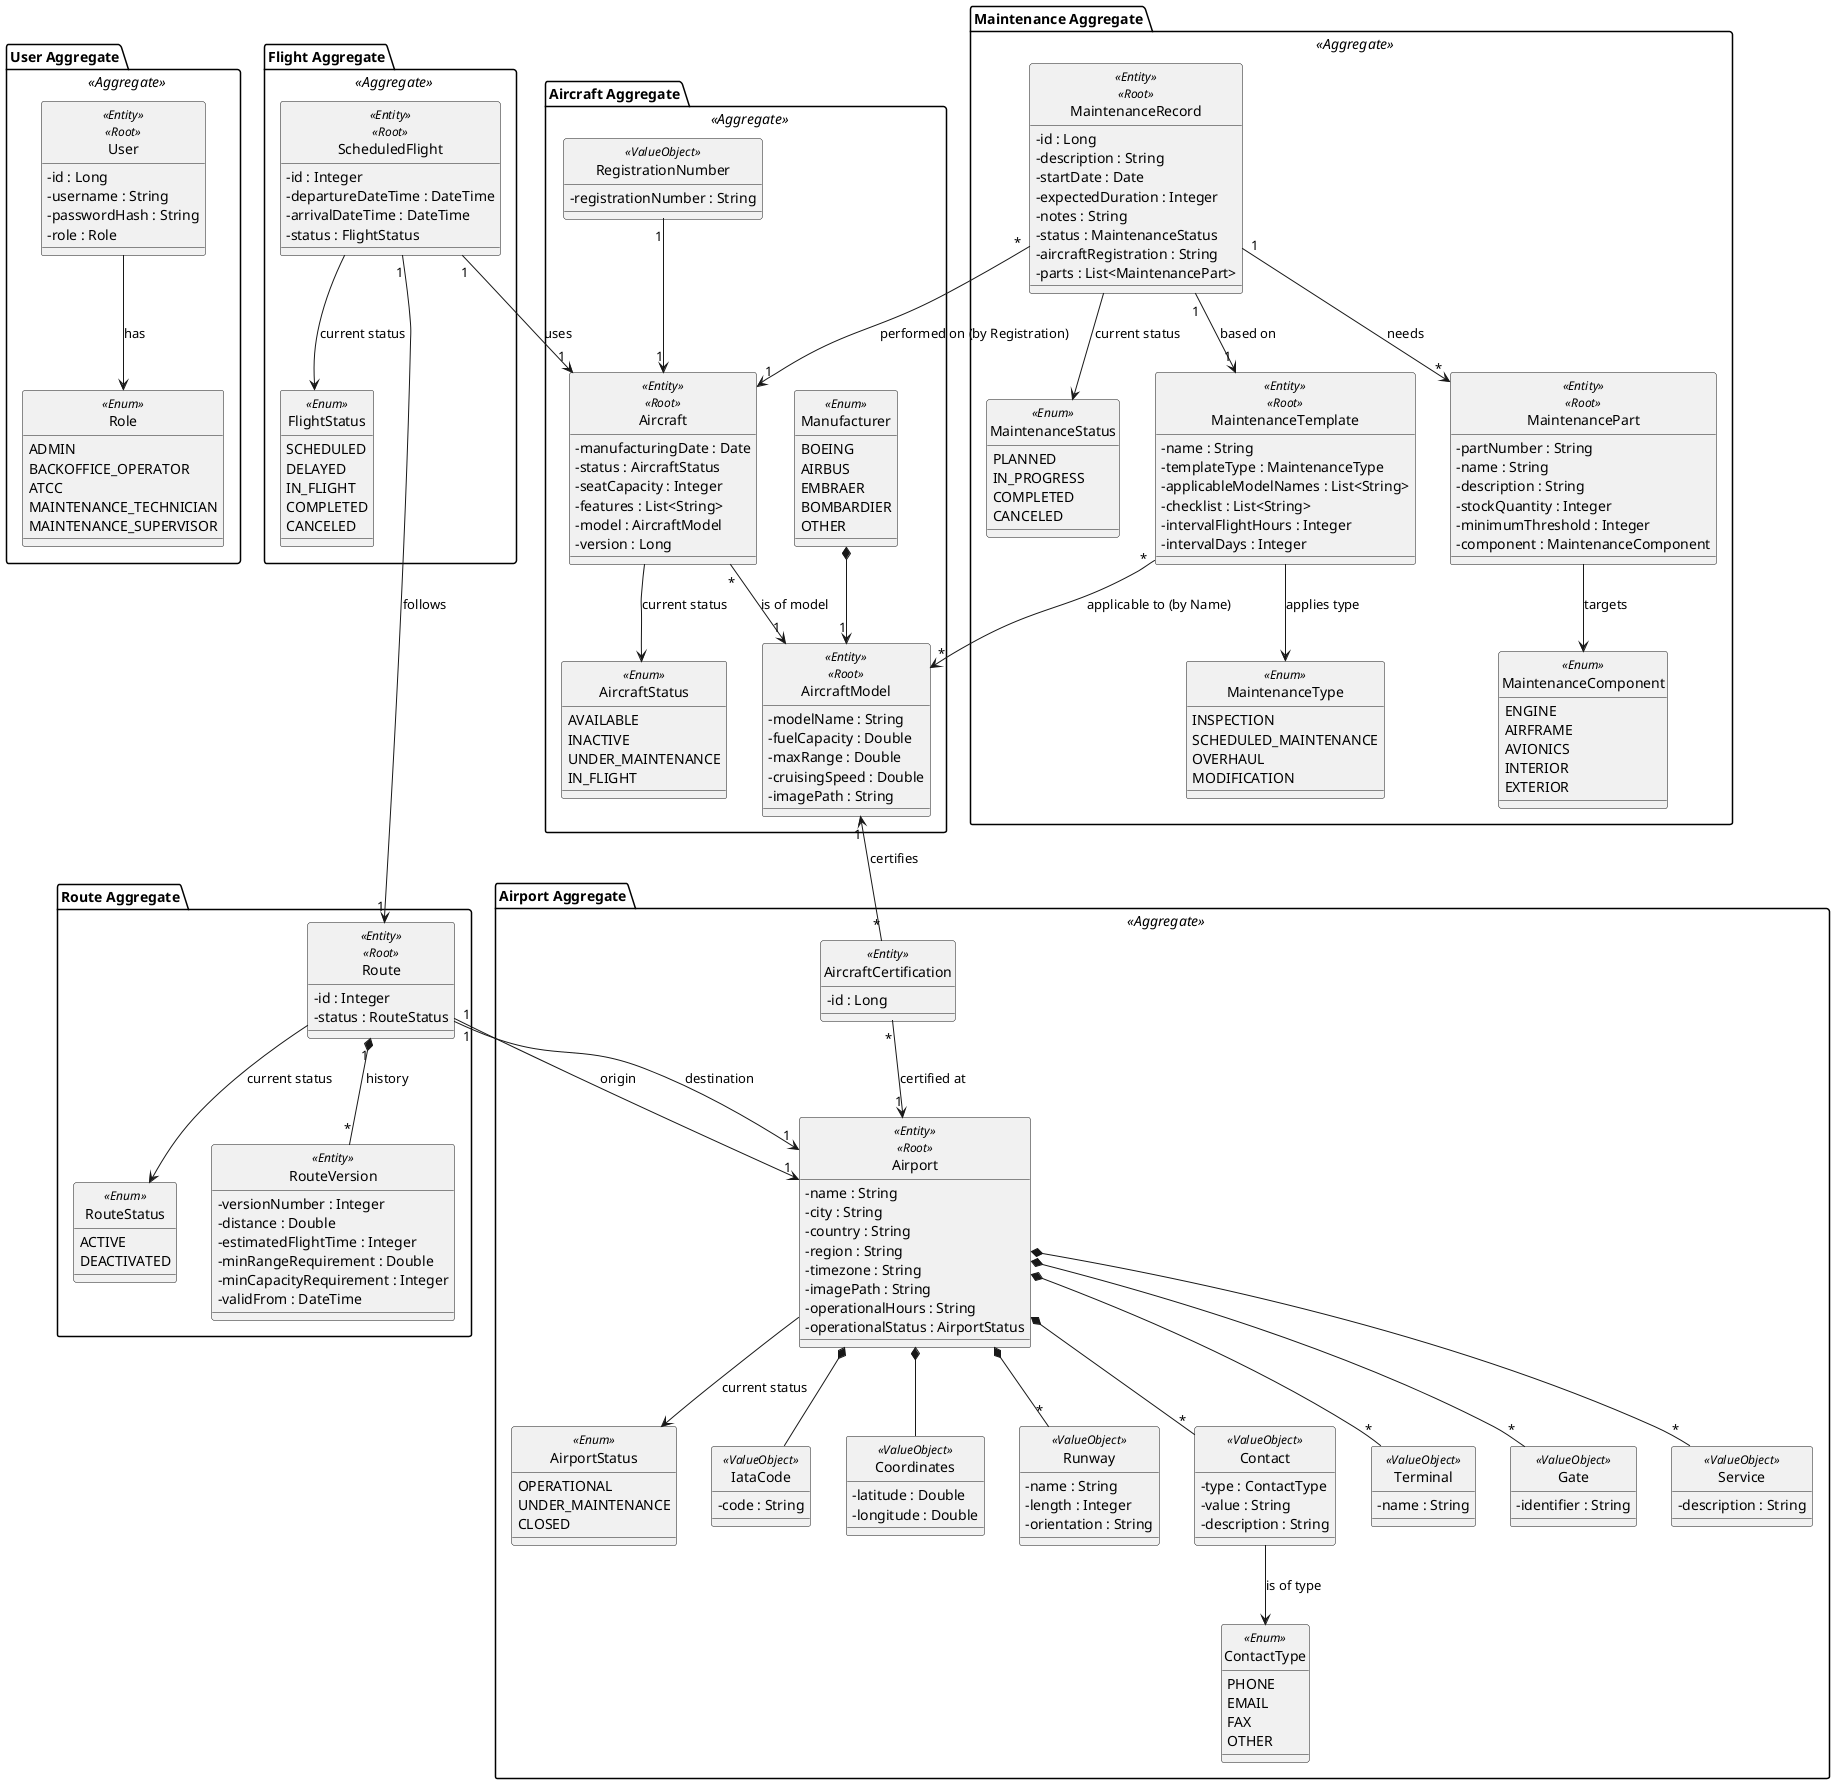
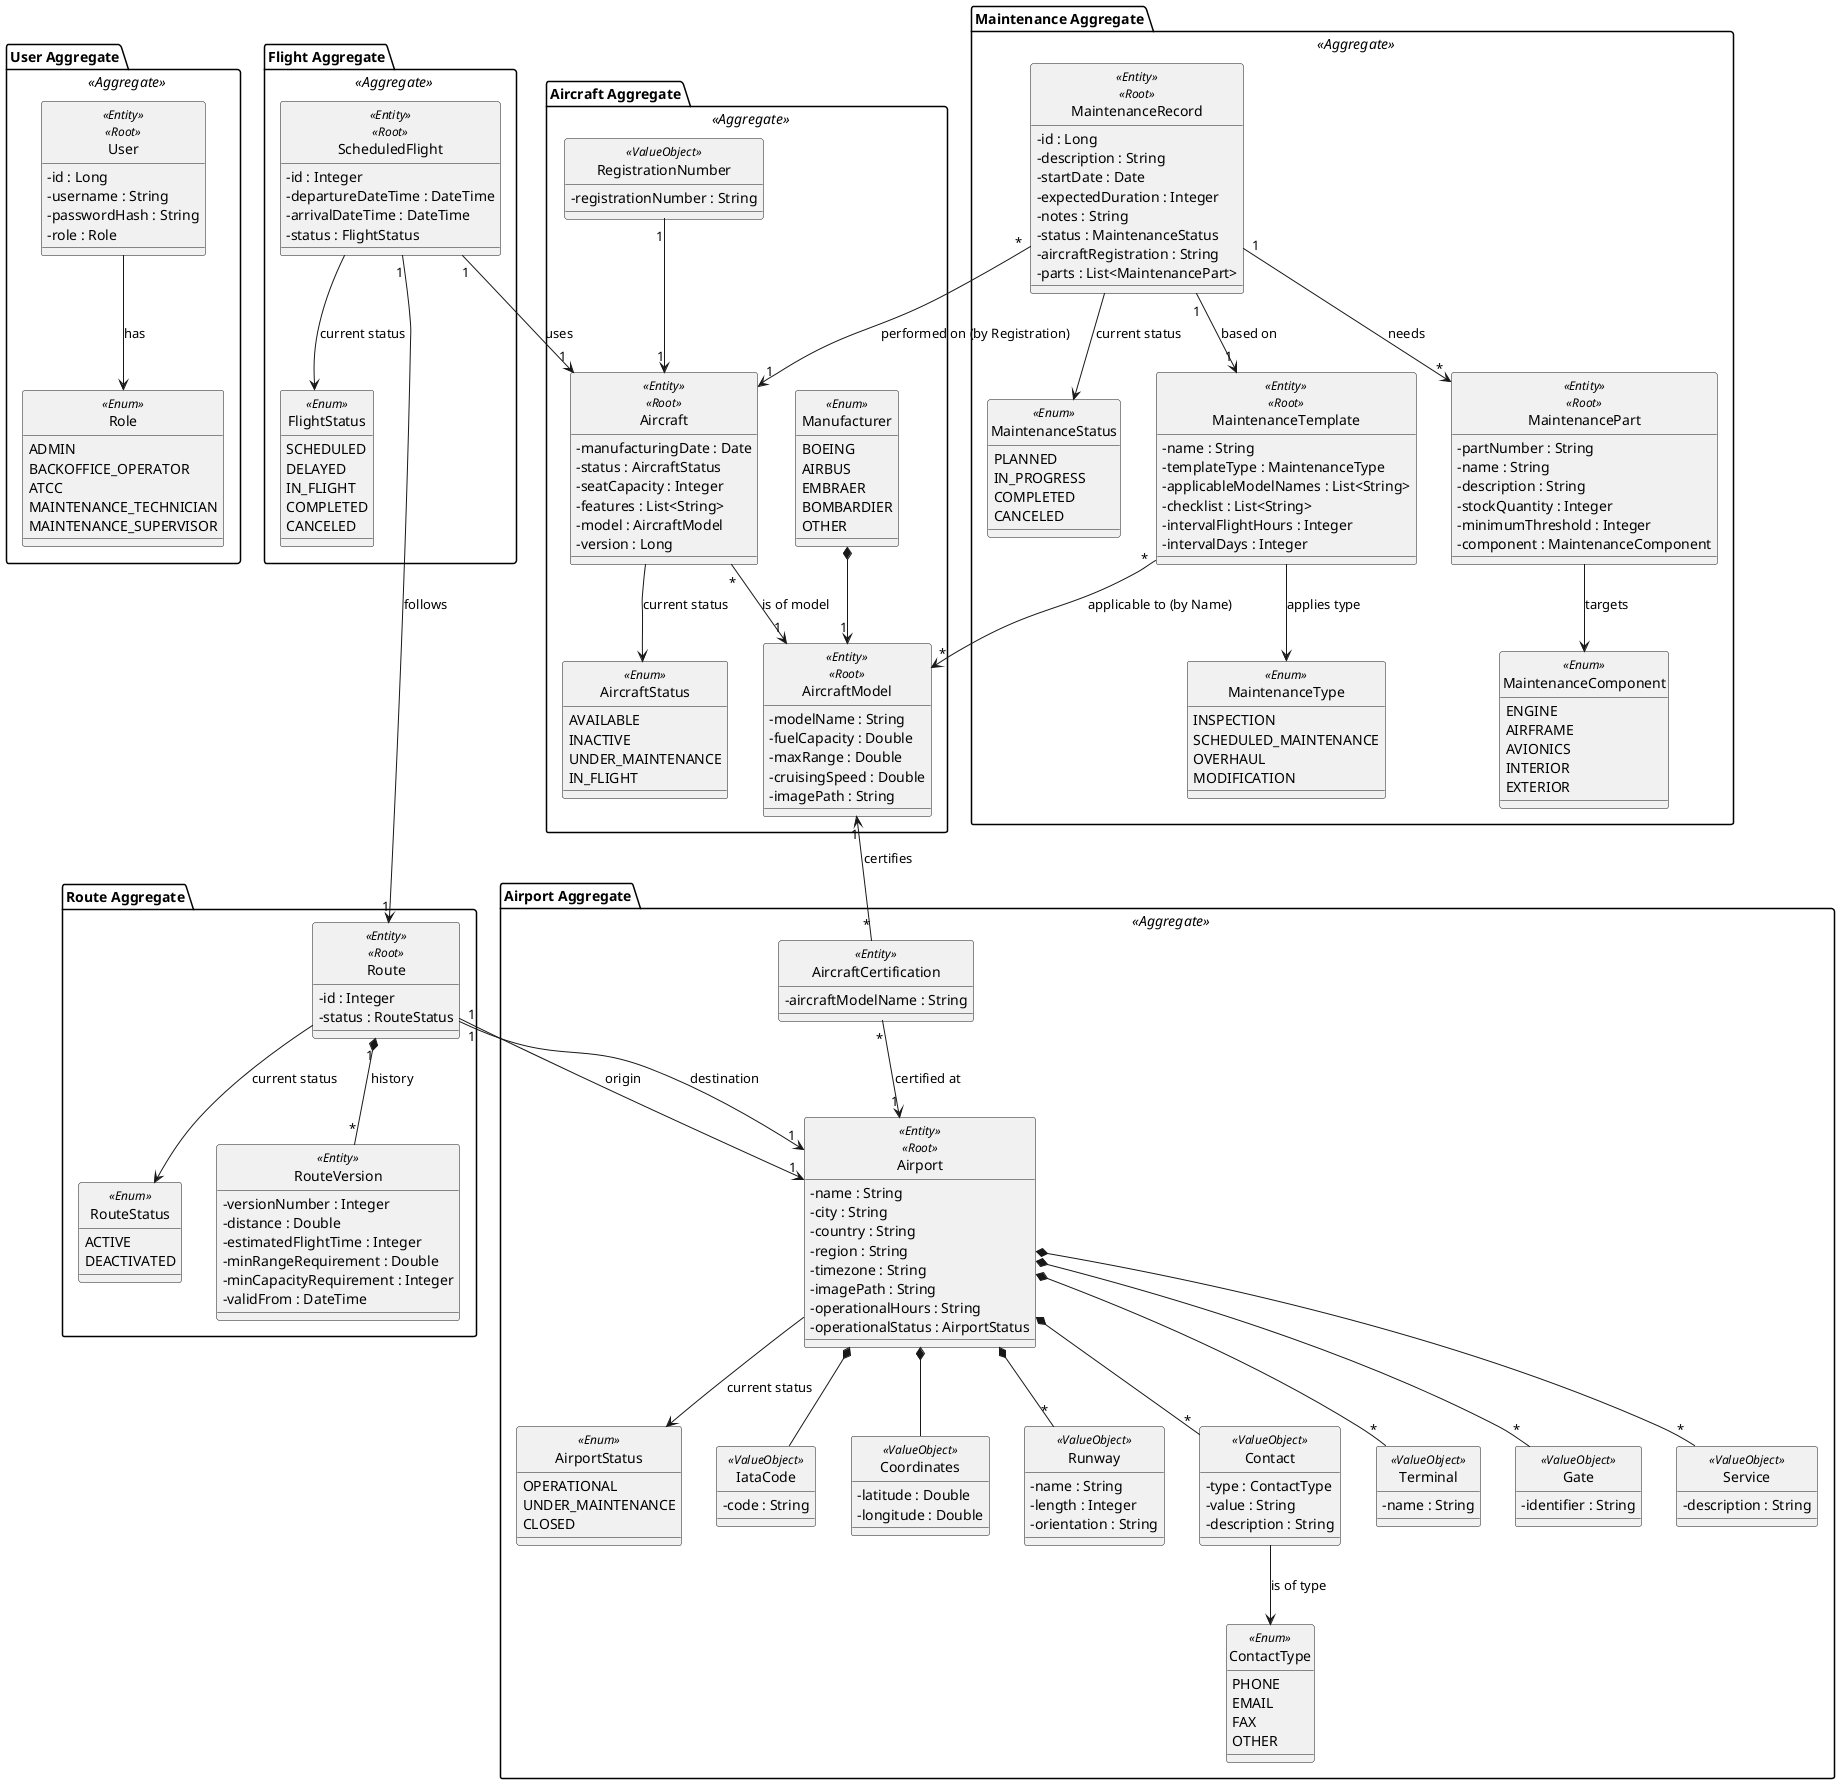
@startuml
skinparam classAttributeIconSize 0
skinparam monochrome true
hide circle

package "User Aggregate" <<Aggregate>> {
  enum Role <<Enum>> {
    ADMIN
    BACKOFFICE_OPERATOR
    ATCC
    MAINTENANCE_TECHNICIAN
    MAINTENANCE_SUPERVISOR
  }

  class User <<Entity>> <<Root>> {
    - id : Long
    - username : String
    - passwordHash : String
    - role : Role
  }

  User --> Role : has
}



package "Aircraft Aggregate" <<Aggregate>> {
  enum AircraftStatus <<Enum>> {
    AVAILABLE
    INACTIVE
    UNDER_MAINTENANCE
    IN_FLIGHT
  }
  enum Manufacturer <<Enum>> {
    BOEING
    AIRBUS
    EMBRAER
    BOMBARDIER
    OTHER
  }
  class Aircraft <<Entity>> <<Root>> {
    - manufacturingDate : Date
    - status : AircraftStatus
    - seatCapacity : Integer
    - features : List<String>
    - model : AircraftModel
    - version : Long
  }

  class AircraftModel <<Entity>> <<Root>> {
    - modelName : String
    - fuelCapacity : Double
    - maxRange : Double
    - cruisingSpeed : Double
    - imagePath : String
  }
  class RegistrationNumber <<ValueObject>> {
    - registrationNumber : String
  }
  Aircraft --> AircraftStatus : current status
  RegistrationNumber "1"-->"1" Aircraft
  Manufacturer *-->"1" AircraftModel
}

package "Airport Aggregate" <<Aggregate>> {
  enum AirportStatus <<Enum>> {
     OPERATIONAL
     UNDER_MAINTENANCE
     CLOSED
  }

  enum ContactType <<Enum>> {
     PHONE
     EMAIL
     FAX
     OTHER
  }

  class IataCode <<ValueObject>> {
    - code : String
  }

  class Coordinates <<ValueObject>> {
    - latitude : Double
    - longitude : Double
  }

  class Runway <<ValueObject>> {
    - name : String
    - length : Integer
    - orientation : String
  }

  class Contact <<ValueObject>> {
    - type : ContactType
    - value : String
    - description : String
  }

  class Terminal <<ValueObject>> {
    - name : String
  }

  class Gate <<ValueObject>> {
    - identifier : String
  }

  class Service <<ValueObject>> {
    - description : String
  }

  class Airport <<Entity>> <<Root>> {
    - name : String
    - city : String
    - country : String
    - region : String
    - timezone : String
    - imagePath : String
    - operationalHours : String
    - operationalStatus : AirportStatus
  }

  class AircraftCertification <<Entity>> {
-     - id : Long
+     - aircraftModelName : String
  }

  Airport --> AirportStatus : current status
  Contact --> ContactType : is of type

  Airport *-- IataCode
  Airport *-- Coordinates
  Airport *-- "*" Runway
  Airport *-- "*" Contact
  Airport *-- "*" Terminal
  Airport *-- "*" Gate
  Airport *-- "*" Service
}

package "Route Aggregate" {
  enum RouteStatus <<Enum>> {
    ACTIVE
    DEACTIVATED
  }

  class Route <<Entity>> <<Root>> {
    - id : Integer
    - status : RouteStatus
  }

  class RouteVersion <<Entity>> {
    - versionNumber : Integer
    - distance : Double
    - estimatedFlightTime : Integer
    - minRangeRequirement : Double
    - minCapacityRequirement : Integer
    - validFrom : DateTime
  }

  Route "1" *-- "*" RouteVersion : history
  Route --> RouteStatus : current status
}

package "Flight Aggregate" <<Aggregate>> {
  enum FlightStatus <<Enum>> {
    SCHEDULED
    DELAYED
    IN_FLIGHT
    COMPLETED
    CANCELED
  }

  class ScheduledFlight <<Entity>> <<Root>> {
    - id : Integer
    - departureDateTime : DateTime
    - arrivalDateTime : DateTime
    - status : FlightStatus
  }

  ScheduledFlight --> FlightStatus : current status
}


package "Maintenance Aggregate" <<Aggregate>> {
  enum MaintenanceStatus <<Enum>> {
     PLANNED
     IN_PROGRESS
     COMPLETED
     CANCELED
  }

  enum MaintenanceType <<Enum>> {
    INSPECTION
    SCHEDULED_MAINTENANCE
    OVERHAUL
    MODIFICATION
  }

  enum MaintenanceComponent <<Enum>> {
    ENGINE
    AIRFRAME
    AVIONICS
    INTERIOR
    EXTERIOR
  }

  class MaintenanceTemplate <<Entity>> <<Root>> {
    - name : String
    - templateType : MaintenanceType
    - applicableModelNames : List<String>
    - checklist : List<String>
    - intervalFlightHours : Integer
    - intervalDays : Integer
  }

  class MaintenanceRecord <<Entity>> <<Root>> {
    - id : Long
    - description : String
    - startDate : Date
    - expectedDuration : Integer
    - notes : String
    - status : MaintenanceStatus
    - aircraftRegistration : String
    - parts : List<MaintenancePart>
  }

  class MaintenancePart <<Entity>> <<Root>> {
    - partNumber : String
    - name : String
    - description : String
    - stockQuantity : Integer
    - minimumThreshold : Integer
    - component : MaintenanceComponent
  }

  MaintenanceTemplate --> MaintenanceType : applies type
  MaintenanceRecord --> MaintenanceStatus : current status
  MaintenancePart --> MaintenanceComponent : targets
}


Aircraft "*" --> "1" AircraftModel : is of model
AircraftModel "1" <-- "*" AircraftCertification : certifies
Airport "1" <-up- "*" AircraftCertification : certified at

Route "1" --> "1" Airport : origin
Route "1" --> "1" Airport : destination

ScheduledFlight "1" --> "1" Route : follows
ScheduledFlight "1" --> "1" Aircraft : uses

MaintenanceTemplate "*" --> "*" AircraftModel : applicable to (by Name)
MaintenanceRecord "1" --> "*" MaintenancePart : needs
MaintenanceRecord "1" --> "1" MaintenanceTemplate : based on
MaintenanceRecord "*" --> "1" Aircraft : performed on (by Registration)

@enduml
